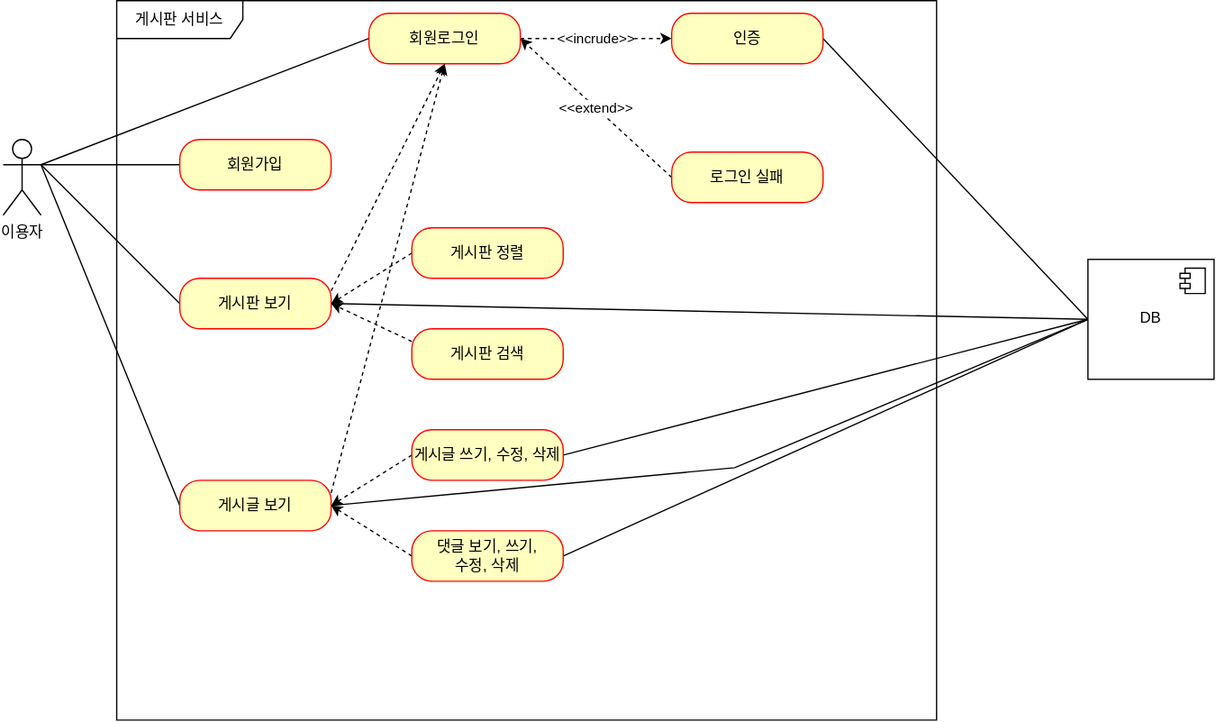
Before: document/use-case.svg, a diagram exported from draw.io (sungin95/fastcampus-project-board). Source tidied: cells renumbered, new cells last; positions are measured from the earlier drawing's top-left corner, leaving out a move shared by most shapes.
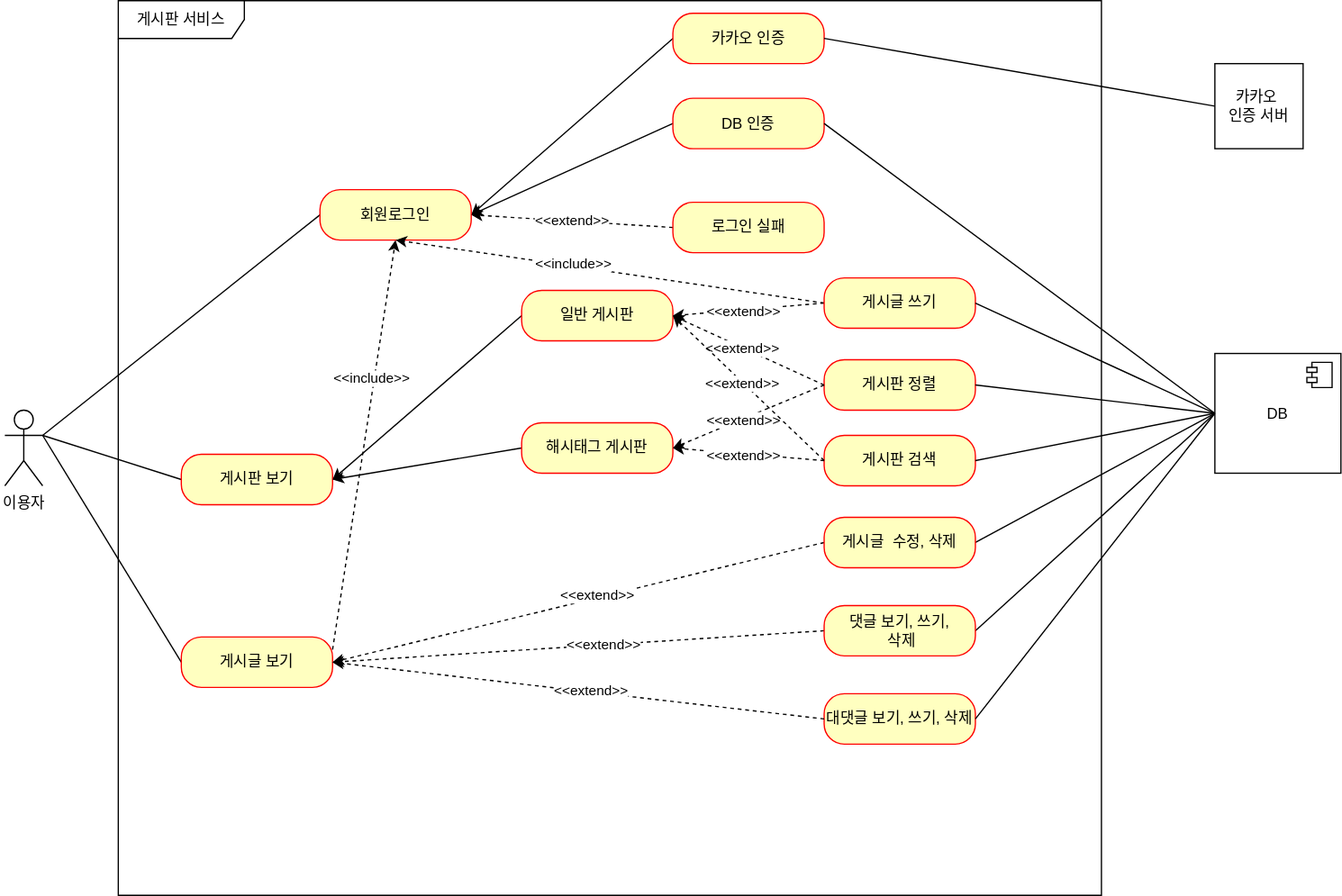
After the change.

The edit, as a diff of the source:
```diff
@@ -3,28 +3,16 @@
     <mxCell id="0" />
     <mxCell id="1" parent="0" />
     <mxCell id="2" value="이용자" style="shape=umlActor;verticalLabelPosition=bottom;verticalAlign=top;html=1;" parent="1" vertex="1">
-      <mxGeometry y="110" width="30" height="60" as="geometry" />
+      <mxGeometry y="325" width="30" height="60" as="geometry" />
     </mxCell>
     <mxCell id="3" value="게시판 서비스" style="shape=umlFrame;whiteSpace=wrap;html=1;width=100;height=30;" parent="1" vertex="1">
-      <mxGeometry x="90" width="650" height="570" as="geometry" />
+      <mxGeometry x="90" width="780" height="710" as="geometry" />
     </mxCell>
-    <mxCell id="4" style="rounded=0;jettySize=auto;html=1;endArrow=none;endFill=0;entryX=1;entryY=0.3333333333333333;entryDx=0;entryDy=0;entryPerimeter=0;" parent="1" edge="1" source="5" target="2">
-      <mxGeometry relative="1" as="geometry" />
-    </mxCell>
-    <mxCell id="5" value="회원가입" style="rounded=1;whiteSpace=wrap;html=1;arcSize=40;fontColor=#000000;fillColor=#ffffc0;strokeColor=#ff0000;" parent="1" vertex="1">
-      <mxGeometry x="140" y="110" width="120" height="40" as="geometry" />
-    </mxCell>
     <mxCell id="6" style="rounded=0;jettySize=auto;html=1;exitX=0;exitY=0.5;exitDx=0;exitDy=0;endArrow=none;endFill=0;entryX=1;entryY=0.3333333333333333;entryDx=0;entryDy=0;entryPerimeter=0;" parent="1" edge="1" source="9" target="2">
       <mxGeometry relative="1" as="geometry" />
     </mxCell>
-    <mxCell id="7" style="rounded=0;jettySize=auto;html=1;exitX=1;exitY=0.25;exitDx=0;exitDy=0;entryX=0.5;entryY=1;entryDx=0;entryDy=0;dashed=1;" parent="1" edge="1" source="9" target="17">
-      <mxGeometry relative="1" as="geometry" />
-    </mxCell>
-    <mxCell id="8" style="rounded=0;jettySize=auto;html=1;exitX=1;exitY=0.5;exitDx=0;exitDy=0;entryX=0;entryY=0.5;entryDx=0;entryDy=0;endArrow=none;endFill=0;" parent="1" edge="1" source="9" target="31">
-      <mxGeometry relative="1" as="geometry" />
-    </mxCell>
     <mxCell id="9" value="게시판 보기" style="rounded=1;whiteSpace=wrap;html=1;arcSize=40;fontColor=#000000;fillColor=#ffffc0;strokeColor=#ff0000;" parent="1" vertex="1">
-      <mxGeometry x="140" y="220" width="120" height="40" as="geometry" />
+      <mxGeometry x="140" y="360" width="120" height="40" as="geometry" />
     </mxCell>
     <mxCell id="10" style="rounded=0;jettySize=auto;html=1;exitX=0;exitY=0.5;exitDx=0;exitDy=0;endArrow=none;endFill=0;entryX=1;entryY=0.3333333333333333;entryDx=0;entryDy=0;entryPerimeter=0;" parent="1" edge="1" source="13" target="2">
       <mxGeometry relative="1" as="geometry" />
@@ -32,74 +20,159 @@
     <mxCell id="11" style="rounded=0;jettySize=auto;html=1;exitX=1;exitY=0.25;exitDx=0;exitDy=0;dashed=1;entryX=0.5;entryY=1;entryDx=0;entryDy=0;" parent="1" edge="1" source="13" target="17">
       <mxGeometry relative="1" as="geometry" />
     </mxCell>
-    <mxCell id="12" style="rounded=0;jettySize=auto;html=1;exitX=1;exitY=0.5;exitDx=0;exitDy=0;entryX=0;entryY=0.5;entryDx=0;entryDy=0;endArrow=none;endFill=0;" parent="1" edge="1" source="13" target="31">
-      <mxGeometry relative="1" as="geometry">
-        <Array as="points">
-          <mxPoint x="580" y="370" />
-        </Array>
-      </mxGeometry>
-    </mxCell>
+    <mxCell id="33" value="&amp;lt;&amp;lt;include&amp;gt;&amp;gt;" style="edgeLabel;html=1;align=center;verticalAlign=middle;" parent="11" vertex="1">
+      <mxGeometry x="-0.03" relative="1" as="geometry">
+        <mxPoint x="6" y="-57" as="offset" />
+      </mxGeometry>
+    </mxCell>
     <mxCell id="13" value="게시글 보기" style="rounded=1;whiteSpace=wrap;html=1;arcSize=40;fontColor=#000000;fillColor=#ffffc0;strokeColor=#ff0000;" parent="1" vertex="1">
-      <mxGeometry x="140" y="380" width="120" height="40" as="geometry" />
+      <mxGeometry x="140" y="505" width="120" height="40" as="geometry" />
     </mxCell>
     <mxCell id="14" style="rounded=0;jettySize=auto;html=1;exitX=0;exitY=0.5;exitDx=0;exitDy=0;entryX=1;entryY=0.3333333333333333;entryDx=0;entryDy=0;entryPerimeter=0;endArrow=none;endFill=0;" parent="1" edge="1" source="17" target="2">
       <mxGeometry relative="1" as="geometry" />
     </mxCell>
-    <mxCell id="15" value="&amp;lt;&amp;lt;incrude&amp;gt;&amp;gt;" style="edgeStyle=orthogonalEdgeStyle;rounded=0;jettySize=auto;html=1;exitX=1;exitY=0.5;exitDx=0;exitDy=0;entryX=0;entryY=0.5;entryDx=0;entryDy=0;dashed=1;" parent="1" edge="1" source="17" target="19">
+    <mxCell id="15" style="rounded=0;jettySize=auto;html=1;entryX=0;entryY=0.5;entryDx=0;entryDy=0;endArrow=none;endFill=0;startArrow=classic;startFill=1;exitX=1;exitY=0.5;exitDx=0;exitDy=0;" parent="1" edge="1" source="17" target="19">
       <mxGeometry relative="1" as="geometry" />
     </mxCell>
-    <mxCell id="16" value="&amp;lt;&amp;lt;extend&amp;gt;&amp;gt;" style="rounded=0;jettySize=auto;html=1;entryX=1;entryY=0.5;entryDx=0;entryDy=0;exitX=0;exitY=0.5;exitDx=0;exitDy=0;dashed=1;" parent="1" edge="1" source="20" target="17">
+    <mxCell id="16" style="rounded=0;jettySize=auto;html=1;entryX=1;entryY=0.5;entryDx=0;entryDy=0;exitX=0;exitY=0.5;exitDx=0;exitDy=0;" parent="1" edge="1" source="20" target="17">
       <mxGeometry relative="1" as="geometry" />
     </mxCell>
     <mxCell id="17" value="회원로그인" style="rounded=1;whiteSpace=wrap;html=1;arcSize=40;fontColor=#000000;fillColor=#ffffc0;strokeColor=#ff0000;" parent="1" vertex="1">
-      <mxGeometry x="290" y="10" width="120" height="40" as="geometry" />
+      <mxGeometry x="250" y="150" width="120" height="40" as="geometry" />
     </mxCell>
-    <mxCell id="18" style="rounded=0;jettySize=auto;html=1;exitX=1;exitY=0.5;exitDx=0;exitDy=0;entryX=0;entryY=0.5;entryDx=0;entryDy=0;endArrow=none;endFill=0;" parent="1" edge="1" source="19" target="31">
-      <mxGeometry relative="1" as="geometry" />
-    </mxCell>
-    <mxCell id="19" value="인증" style="rounded=1;whiteSpace=wrap;html=1;arcSize=40;fontColor=#000000;fillColor=#ffffc0;strokeColor=#ff0000;" parent="1" vertex="1">
+    <mxCell id="19" value="카카오 인증" style="rounded=1;whiteSpace=wrap;html=1;arcSize=40;fontColor=#000000;fillColor=#ffffc0;strokeColor=#ff0000;" parent="1" vertex="1">
       <mxGeometry x="530" y="10" width="120" height="40" as="geometry" />
     </mxCell>
-    <mxCell id="20" value="로그인 실패" style="rounded=1;whiteSpace=wrap;html=1;arcSize=40;fontColor=#000000;fillColor=#ffffc0;strokeColor=#ff0000;" parent="1" vertex="1">
-      <mxGeometry x="530" y="120" width="120" height="40" as="geometry" />
+    <mxCell id="20" value="DB 인증" style="rounded=1;whiteSpace=wrap;html=1;arcSize=40;fontColor=#000000;fillColor=#ffffc0;strokeColor=#ff0000;" parent="1" vertex="1">
+      <mxGeometry x="530" y="77.5" width="120" height="40" as="geometry" />
     </mxCell>
-    <mxCell id="21" style="rounded=0;jettySize=auto;html=1;exitX=0;exitY=0.5;exitDx=0;exitDy=0;entryX=1;entryY=0.5;entryDx=0;entryDy=0;dashed=1;" parent="1" edge="1" source="22" target="9">
+    <mxCell id="21" style="rounded=0;jettySize=auto;html=1;exitX=0;exitY=0.5;exitDx=0;exitDy=0;entryX=1;entryY=0.5;entryDx=0;entryDy=0;" parent="1" edge="1" source="22" target="9">
       <mxGeometry relative="1" as="geometry" />
     </mxCell>
-    <mxCell id="22" value="게시판 정렬" style="rounded=1;whiteSpace=wrap;html=1;arcSize=40;fontColor=#000000;fillColor=#ffffc0;strokeColor=#ff0000;" parent="1" vertex="1">
-      <mxGeometry x="324" y="180" width="120" height="40" as="geometry" />
+    <mxCell id="22" value="일반 게시판" style="rounded=1;whiteSpace=wrap;html=1;arcSize=40;fontColor=#000000;fillColor=#ffffc0;strokeColor=#ff0000;" parent="1" vertex="1">
+      <mxGeometry x="410" y="230" width="120" height="40" as="geometry" />
     </mxCell>
-    <mxCell id="23" style="rounded=0;jettySize=auto;html=1;dashed=1;exitX=0;exitY=0.25;exitDx=0;exitDy=0;entryX=1;entryY=0.5;entryDx=0;entryDy=0;" parent="1" edge="1" source="24" target="9">
+    <mxCell id="23" style="rounded=0;jettySize=auto;html=1;exitX=0;exitY=0.5;exitDx=0;exitDy=0;entryX=1;entryY=0.5;entryDx=0;entryDy=0;" parent="1" edge="1" source="24" target="9">
       <mxGeometry relative="1" as="geometry" />
     </mxCell>
-    <mxCell id="24" value="게시판 검색" style="rounded=1;whiteSpace=wrap;html=1;arcSize=40;fontColor=#000000;fillColor=#ffffc0;strokeColor=#ff0000;" parent="1" vertex="1">
-      <mxGeometry x="324" y="260" width="120" height="40" as="geometry" />
+    <mxCell id="24" value="해시태그 게시판" style="rounded=1;whiteSpace=wrap;html=1;arcSize=40;fontColor=#000000;fillColor=#ffffc0;strokeColor=#ff0000;" parent="1" vertex="1">
+      <mxGeometry x="410" y="335" width="120" height="40" as="geometry" />
     </mxCell>
     <mxCell id="25" style="rounded=0;jettySize=auto;html=1;dashed=1;entryX=1;entryY=0.5;entryDx=0;entryDy=0;exitX=0;exitY=0.5;exitDx=0;exitDy=0;" parent="1" edge="1" source="27" target="13">
       <mxGeometry relative="1" as="geometry" />
     </mxCell>
+    <mxCell id="34" value="&amp;lt;&amp;lt;extend&amp;gt;&amp;gt;" style="edgeLabel;html=1;align=center;verticalAlign=middle;" parent="25" vertex="1">
+      <mxGeometry x="-0.08" y="-2" relative="1" as="geometry" />
+    </mxCell>
     <mxCell id="26" style="rounded=0;jettySize=auto;html=1;exitX=1;exitY=0.5;exitDx=0;exitDy=0;entryX=0;entryY=0.5;entryDx=0;entryDy=0;endArrow=none;endFill=0;" parent="1" edge="1" source="27" target="31">
       <mxGeometry relative="1" as="geometry" />
     </mxCell>
-    <mxCell id="27" value="게시글 쓰기, 수정, 삭제" style="rounded=1;whiteSpace=wrap;html=1;arcSize=40;fontColor=#000000;fillColor=#ffffc0;strokeColor=#ff0000;" parent="1" vertex="1">
-      <mxGeometry x="324" y="340" width="120" height="40" as="geometry" />
+    <mxCell id="27" value="게시글&amp;nbsp; 수정, 삭제" style="rounded=1;whiteSpace=wrap;html=1;arcSize=40;fontColor=#000000;fillColor=#ffffc0;strokeColor=#ff0000;" parent="1" vertex="1">
+      <mxGeometry x="650" y="410" width="120" height="40" as="geometry" />
     </mxCell>
     <mxCell id="28" style="rounded=0;jettySize=auto;html=1;exitX=0;exitY=0.5;exitDx=0;exitDy=0;entryX=1;entryY=0.5;entryDx=0;entryDy=0;dashed=1;" parent="1" edge="1" source="30" target="13">
       <mxGeometry relative="1" as="geometry" />
     </mxCell>
+    <mxCell id="35" value="&amp;lt;&amp;lt;extend&amp;gt;&amp;gt;" style="edgeLabel;html=1;align=center;verticalAlign=middle;" parent="28" vertex="1">
+      <mxGeometry x="-0.1" y="-1" relative="1" as="geometry" />
+    </mxCell>
     <mxCell id="29" style="rounded=0;jettySize=auto;html=1;exitX=1;exitY=0.5;exitDx=0;exitDy=0;endArrow=none;endFill=0;entryX=0;entryY=0.5;entryDx=0;entryDy=0;" parent="1" edge="1" source="30" target="31">
       <mxGeometry relative="1" as="geometry" />
     </mxCell>
-    <mxCell id="30" value="댓글 보기, 쓰기, &lt;br&gt;수정, 삭제" style="rounded=1;whiteSpace=wrap;html=1;arcSize=40;fontColor=#000000;fillColor=#ffffc0;strokeColor=#ff0000;" parent="1" vertex="1">
-      <mxGeometry x="324" y="420" width="120" height="40" as="geometry" />
+    <mxCell id="30" value="댓글 보기, 쓰기, &lt;br&gt;&amp;nbsp;삭제" style="rounded=1;whiteSpace=wrap;html=1;arcSize=40;fontColor=#000000;fillColor=#ffffc0;strokeColor=#ff0000;" parent="1" vertex="1">
+      <mxGeometry x="650" y="480" width="120" height="40" as="geometry" />
     </mxCell>
     <mxCell id="31" value="DB" style="html=1;whiteSpace=wrap;" parent="1" vertex="1">
-      <mxGeometry x="860" y="205" width="100" height="95" as="geometry" />
+      <mxGeometry x="960" y="280" width="100" height="95" as="geometry" />
     </mxCell>
     <mxCell id="32" style="shape=module;jettyWidth=8;jettyHeight=4;" parent="31" vertex="1">
       <mxGeometry x="1" width="20" height="20" relative="1" as="geometry">
         <mxPoint x="-27" y="7" as="offset" />
       </mxGeometry>
     </mxCell>
+    <mxCell id="36" value="대댓글 보기, 쓰기, 삭제" style="rounded=1;whiteSpace=wrap;html=1;arcSize=40;fontColor=#000000;fillColor=#ffffc0;strokeColor=#ff0000;" parent="1" vertex="1">
+      <mxGeometry x="650" y="550" width="120" height="40" as="geometry" />
+    </mxCell>
+    <mxCell id="37" style="rounded=0;jettySize=auto;html=1;exitX=0;exitY=0.5;exitDx=0;exitDy=0;entryX=1;entryY=0.5;entryDx=0;entryDy=0;endArrow=none;endFill=0;" parent="1" edge="1" source="38" target="19">
+      <mxGeometry relative="1" as="geometry" />
+    </mxCell>
+    <mxCell id="38" value="카카오&amp;nbsp;&lt;br&gt;인증 서버" style="html=1;whiteSpace=wrap;" parent="1" vertex="1">
+      <mxGeometry x="960" y="50" width="70" height="67.5" as="geometry" />
+    </mxCell>
+    <mxCell id="39" style="rounded=0;jettySize=auto;html=1;exitX=0;exitY=0.5;exitDx=0;exitDy=0;entryX=1;entryY=0.5;entryDx=0;entryDy=0;dashed=1;" parent="1" edge="1" source="41" target="17">
+      <mxGeometry relative="1" as="geometry" />
+    </mxCell>
+    <mxCell id="40" value="&amp;lt;&amp;lt;extend&amp;gt;&amp;gt;" style="edgeLabel;html=1;align=center;verticalAlign=middle;" parent="39" vertex="1">
+      <mxGeometry x="0.01" relative="1" as="geometry" />
+    </mxCell>
+    <mxCell id="41" value="로그인 실패" style="rounded=1;whiteSpace=wrap;html=1;arcSize=40;fontColor=#000000;fillColor=#ffffc0;strokeColor=#ff0000;" parent="1" vertex="1">
+      <mxGeometry x="530" y="160" width="120" height="40" as="geometry" />
+    </mxCell>
+    <mxCell id="42" style="rounded=0;jettySize=auto;html=1;exitX=0;exitY=0.5;exitDx=0;exitDy=0;entryX=0.5;entryY=1;entryDx=0;entryDy=0;dashed=1;" parent="1" edge="1" source="46" target="17">
+      <mxGeometry relative="1" as="geometry" />
+    </mxCell>
+    <mxCell id="43" value="&amp;lt;&amp;lt;include&amp;gt;&amp;gt;" style="edgeLabel;html=1;align=center;verticalAlign=middle;" parent="42" vertex="1">
+      <mxGeometry x="0.18" y="-2" relative="1" as="geometry" />
+    </mxCell>
+    <mxCell id="44" style="rounded=0;jettySize=auto;html=1;exitX=0;exitY=0.5;exitDx=0;exitDy=0;entryX=1;entryY=0.5;entryDx=0;entryDy=0;dashed=1;" parent="1" edge="1" source="46" target="22">
+      <mxGeometry relative="1" as="geometry" />
+    </mxCell>
+    <mxCell id="45" value="&amp;lt;&amp;lt;extend&amp;gt;&amp;gt;" style="edgeLabel;html=1;align=center;verticalAlign=middle;" parent="44" vertex="1">
+      <mxGeometry x="0.08" y="1" relative="1" as="geometry" />
+    </mxCell>
+    <mxCell id="46" value="게시글 쓰기" style="rounded=1;whiteSpace=wrap;html=1;arcSize=40;fontColor=#000000;fillColor=#ffffc0;strokeColor=#ff0000;" parent="1" vertex="1">
+      <mxGeometry x="650" y="220" width="120" height="40" as="geometry" />
+    </mxCell>
+    <mxCell id="47" value="게시판 정렬" style="rounded=1;whiteSpace=wrap;html=1;arcSize=40;fontColor=#000000;fillColor=#ffffc0;strokeColor=#ff0000;" parent="1" vertex="1">
+      <mxGeometry x="650" y="285" width="120" height="40" as="geometry" />
+    </mxCell>
+    <mxCell id="48" value="게시판 검색" style="rounded=1;whiteSpace=wrap;html=1;arcSize=40;fontColor=#000000;fillColor=#ffffc0;strokeColor=#ff0000;" parent="1" vertex="1">
+      <mxGeometry x="650" y="345" width="120" height="40" as="geometry" />
+    </mxCell>
+    <mxCell id="49" style="rounded=0;jettySize=auto;html=1;exitX=1;exitY=0.5;exitDx=0;exitDy=0;entryX=0;entryY=0.5;entryDx=0;entryDy=0;endArrow=none;endFill=0;" parent="1" edge="1" source="48" target="31">
+      <mxGeometry relative="1" as="geometry" />
+    </mxCell>
+    <mxCell id="50" style="rounded=0;jettySize=auto;html=1;exitX=1;exitY=0.5;exitDx=0;exitDy=0;entryX=0;entryY=0.5;entryDx=0;entryDy=0;endArrow=none;endFill=0;" parent="1" edge="1" source="47" target="31">
+      <mxGeometry relative="1" as="geometry" />
+    </mxCell>
+    <mxCell id="51" style="rounded=0;jettySize=auto;html=1;exitX=1;exitY=0.5;exitDx=0;exitDy=0;entryX=0;entryY=0.5;entryDx=0;entryDy=0;endArrow=none;endFill=0;" parent="1" edge="1" source="46" target="31">
+      <mxGeometry relative="1" as="geometry" />
+    </mxCell>
+    <mxCell id="52" style="rounded=0;jettySize=auto;html=1;entryX=0;entryY=0.5;entryDx=0;entryDy=0;endArrow=none;endFill=0;exitX=1;exitY=0.5;exitDx=0;exitDy=0;" parent="1" edge="1" source="36" target="31">
+      <mxGeometry relative="1" as="geometry" />
+    </mxCell>
+    <mxCell id="53" style="rounded=0;jettySize=auto;html=1;exitX=1;exitY=0.5;exitDx=0;exitDy=0;entryX=0;entryY=0.5;entryDx=0;entryDy=0;endArrow=none;endFill=0;" parent="1" edge="1" source="20" target="31">
+      <mxGeometry relative="1" as="geometry" />
+    </mxCell>
+    <mxCell id="54" style="rounded=0;jettySize=auto;html=1;exitX=0;exitY=0.5;exitDx=0;exitDy=0;entryX=1;entryY=0.5;entryDx=0;entryDy=0;dashed=1;" parent="1" edge="1" source="36" target="13">
+      <mxGeometry relative="1" as="geometry" />
+    </mxCell>
+    <mxCell id="55" value="&amp;lt;&amp;lt;extend&amp;gt;&amp;gt;" style="edgeLabel;html=1;align=center;verticalAlign=middle;" parent="54" vertex="1">
+      <mxGeometry x="-0.05" y="-1" relative="1" as="geometry" />
+    </mxCell>
+    <mxCell id="56" style="rounded=0;jettySize=auto;html=1;exitX=0;exitY=0.5;exitDx=0;exitDy=0;entryX=1;entryY=0.5;entryDx=0;entryDy=0;dashed=1;" parent="1" edge="1" source="47" target="22">
+      <mxGeometry relative="1" as="geometry" />
+    </mxCell>
+    <mxCell id="57" value="&amp;lt;&amp;lt;extend&amp;gt;&amp;gt;" style="edgeLabel;html=1;align=center;verticalAlign=middle;" parent="56" vertex="1">
+      <mxGeometry x="0.08" y="1" relative="1" as="geometry" />
+    </mxCell>
+    <mxCell id="58" style="rounded=0;jettySize=auto;html=1;exitX=0;exitY=0.5;exitDx=0;exitDy=0;dashed=1;entryX=1;entryY=0.5;entryDx=0;entryDy=0;" parent="1" edge="1" source="47" target="24">
+      <mxGeometry relative="1" as="geometry" />
+    </mxCell>
+    <mxCell id="59" value="&amp;lt;&amp;lt;extend&amp;gt;&amp;gt;" style="edgeLabel;html=1;align=center;verticalAlign=middle;" parent="58" vertex="1">
+      <mxGeometry x="0.08" y="1" relative="1" as="geometry" />
+    </mxCell>
+    <mxCell id="60" style="rounded=0;jettySize=auto;html=1;exitX=0;exitY=0.5;exitDx=0;exitDy=0;entryX=1;entryY=0.5;entryDx=0;entryDy=0;dashed=1;" parent="1" edge="1" source="48" target="22">
+      <mxGeometry relative="1" as="geometry" />
+    </mxCell>
+    <mxCell id="61" value="&amp;lt;&amp;lt;extend&amp;gt;&amp;gt;" style="edgeLabel;html=1;align=center;verticalAlign=middle;" parent="60" vertex="1">
+      <mxGeometry x="0.08" y="1" relative="1" as="geometry" />
+    </mxCell>
+    <mxCell id="62" style="rounded=0;jettySize=auto;html=1;exitX=0;exitY=0.5;exitDx=0;exitDy=0;entryX=1;entryY=0.5;entryDx=0;entryDy=0;dashed=1;" parent="1" edge="1" source="48" target="24">
+      <mxGeometry relative="1" as="geometry" />
+    </mxCell>
+    <mxCell id="63" value="&amp;lt;&amp;lt;extend&amp;gt;&amp;gt;" style="edgeLabel;html=1;align=center;verticalAlign=middle;" parent="62" vertex="1">
+      <mxGeometry x="0.08" y="1" relative="1" as="geometry" />
+    </mxCell>
   </root>
 </mxGraphModel>
```
